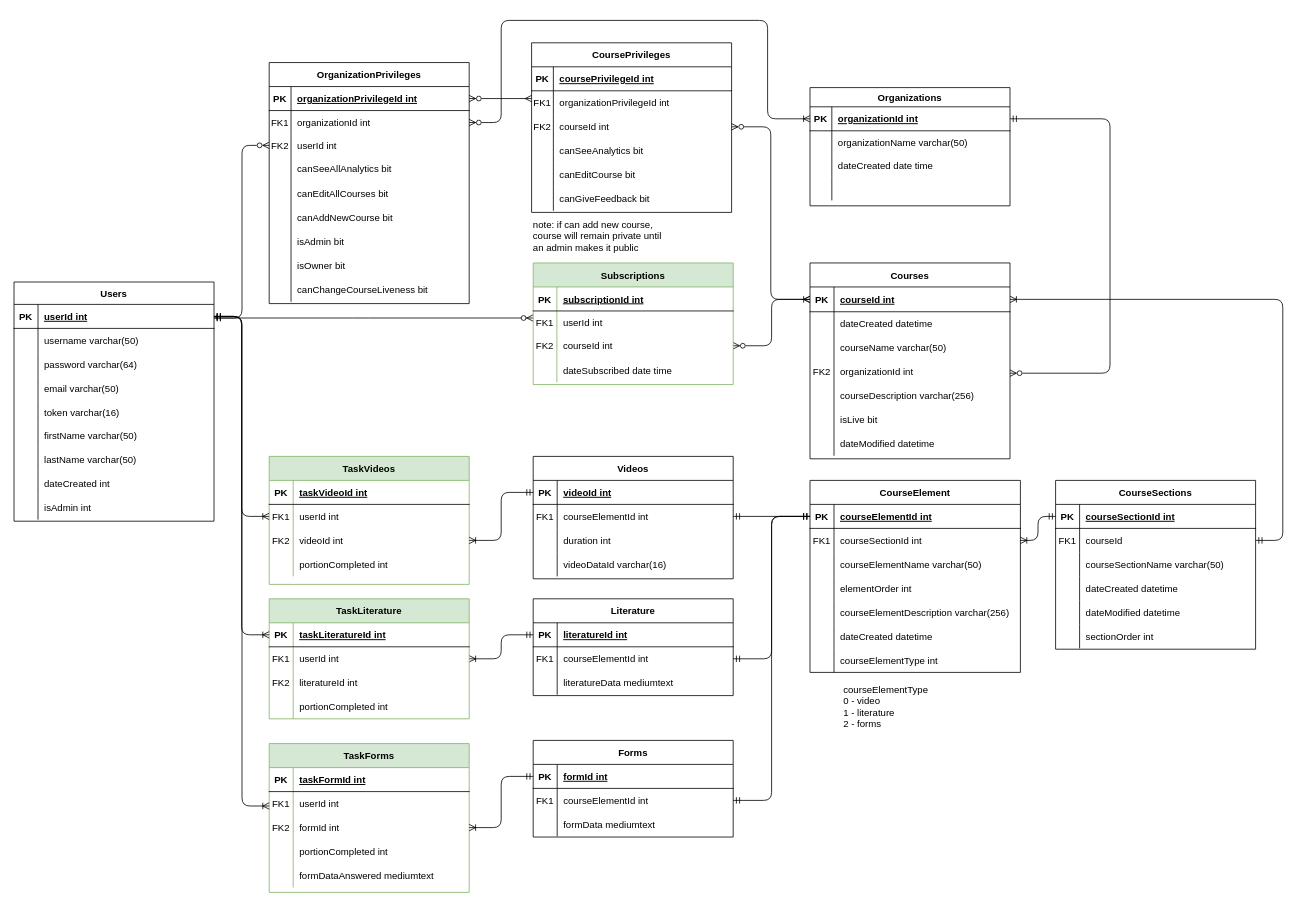
Chai112/MOOC keeps this draw.io diagram as docs/MOOC.drawio. Above is the earlier version. Source tidied: cells renumbered, new cells numbered last; positions are measured from the earlier drawing's top-left corner, leaving out a move shared by most shapes. Both pictures are drawn from the tidied source at 80%, with x=0, y=0 at pixel (14, 20).
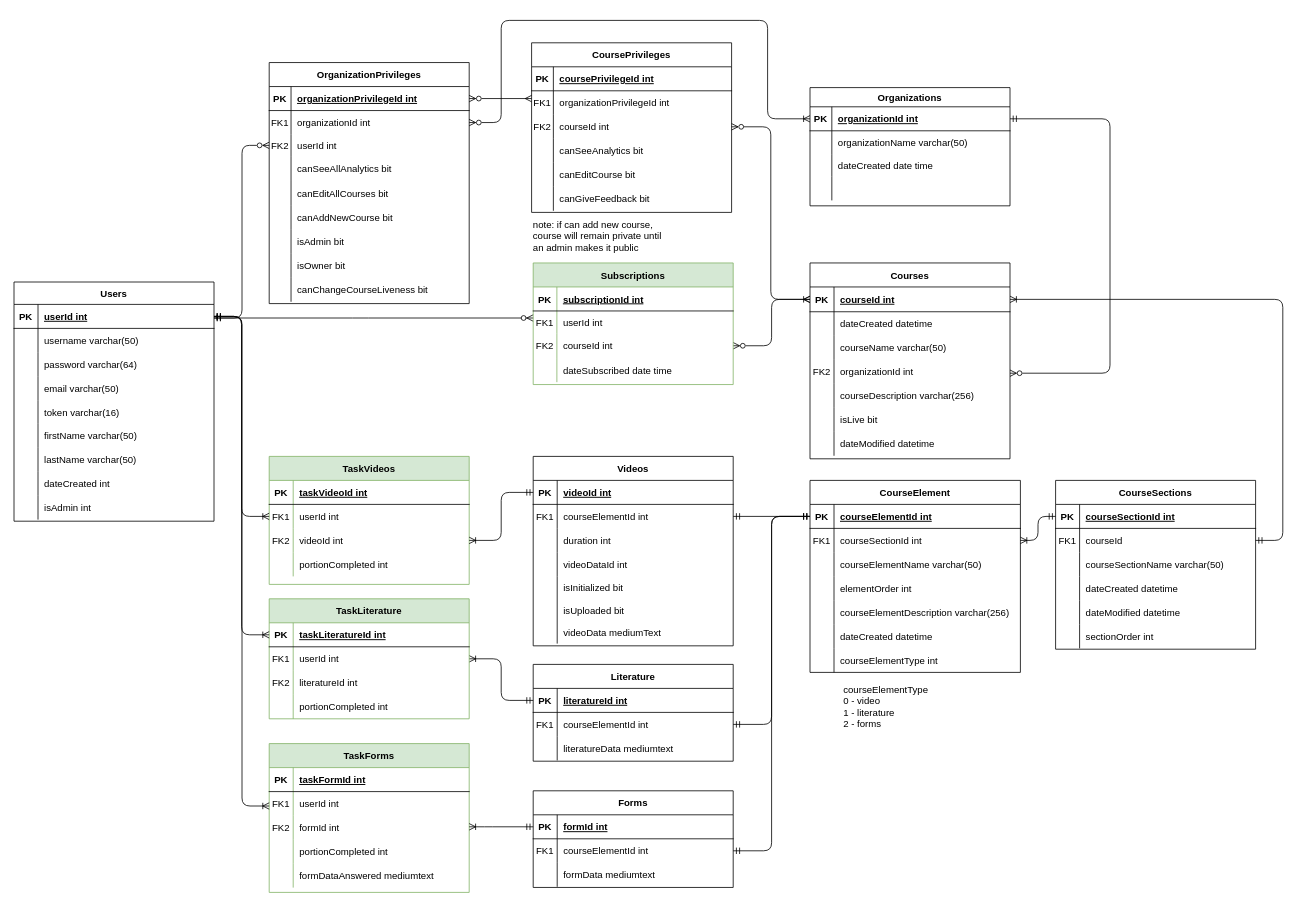
After the change.

The change refers to these unchanged cells:
```xml
<mxCell id="77" style="shape=partialRectangle;fillColor=none;top=0;left=0;right=0;bottom=0;" parent="67" vertex="1">
  <mxGeometry y="120" width="250" height="30" as="geometry" />
</mxCell>
<mxCell id="105" style="shape=partialRectangle;fillColor=none;points=[[0,0.5],[1,0.5]];portConstraint=eastwest;top=0;left=0;right=0;bottom=1;" parent="104" vertex="1">
  <mxGeometry y="30" width="250" height="30" as="geometry" />
</mxCell>
<mxCell id="137" style="shape=partialRectangle;fillColor=none;points=[[0,0.5],[1,0.5]];portConstraint=eastwest;top=0;left=0;right=0;bottom=0;" parent="130" vertex="1">
  <mxGeometry y="90" width="250" height="30" as="geometry" />
</mxCell>
```

The edit, as a diff of the source:
```diff
@@
     <mxCell id="67" value="Videos" style="shape=table;startSize=30;childLayout=tableLayout;rowLines=0;fontStyle=1;align=center;" parent="1" vertex="1">
-      <mxGeometry x="649" y="545" width="250" height="153" as="geometry" />
+      <mxGeometry x="649" y="545" width="250" height="236.8" as="geometry" />
     </mxCell>
@@
-    <mxCell id="79" value="videoDataId varchar(16)" style="shape=partialRectangle;overflow=hidden;fillColor=none;top=0;left=0;bottom=0;right=0;align=left;spacingLeft=6;" parent="77" vertex="1">
+    <mxCell id="79" value="videoDataId int" style="shape=partialRectangle;overflow=hidden;fillColor=none;top=0;left=0;bottom=0;right=0;align=left;spacingLeft=6;" parent="77" vertex="1">
       <mxGeometry x="30" width="220" height="30" as="geometry" />
     </mxCell>
+    <mxCell id="261" style="shape=partialRectangle;fillColor=none;top=0;left=0;right=0;bottom=0;" parent="67" vertex="1">
+      <mxGeometry y="150" width="250" height="27" as="geometry" />
+    </mxCell>
+    <mxCell id="262" style="shape=partialRectangle;overflow=hidden;fillColor=none;top=0;left=0;bottom=0;right=0;" parent="261" vertex="1">
+      <mxGeometry width="30" height="27" as="geometry" />
+    </mxCell>
+    <mxCell id="263" value="isInitialized bit" style="shape=partialRectangle;overflow=hidden;fillColor=none;top=0;left=0;bottom=0;right=0;align=left;spacingLeft=6;" parent="261" vertex="1">
+      <mxGeometry x="30" width="220" height="27" as="geometry" />
+    </mxCell>
+    <mxCell id="264" style="shape=partialRectangle;fillColor=none;top=0;left=0;right=0;bottom=0;" parent="67" vertex="1">
+      <mxGeometry y="177" width="250" height="30" as="geometry" />
+    </mxCell>
+    <mxCell id="265" style="shape=partialRectangle;overflow=hidden;fillColor=none;top=0;left=0;bottom=0;right=0;" parent="264" vertex="1">
+      <mxGeometry width="30" height="30" as="geometry" />
+    </mxCell>
+    <mxCell id="266" value="isUploaded bit" style="shape=partialRectangle;overflow=hidden;fillColor=none;top=0;left=0;bottom=0;right=0;align=left;spacingLeft=6;" parent="264" vertex="1">
+      <mxGeometry x="30" width="220" height="30" as="geometry" />
+    </mxCell>
+    <mxCell id="267" style="shape=partialRectangle;fillColor=none;top=0;left=0;right=0;bottom=0;" parent="67" vertex="1">
+      <mxGeometry y="207" width="250" height="27" as="geometry" />
+    </mxCell>
+    <mxCell id="268" style="shape=partialRectangle;overflow=hidden;fillColor=none;top=0;left=0;bottom=0;right=0;" parent="267" vertex="1">
+      <mxGeometry width="30" height="27" as="geometry" />
+    </mxCell>
+    <mxCell id="269" value="videoData mediumText" style="shape=partialRectangle;overflow=hidden;fillColor=none;top=0;left=0;bottom=0;right=0;align=left;spacingLeft=6;" parent="267" vertex="1">
+      <mxGeometry x="30" width="220" height="27" as="geometry" />
+    </mxCell>
@@
     <mxCell id="104" value="Forms" style="shape=table;startSize=30;childLayout=tableLayout;rowLines=0;fontStyle=1;align=center;" parent="1" vertex="1">
-      <mxGeometry x="649" y="900" width="250" height="120.8" as="geometry" />
+      <mxGeometry x="649" y="963" width="250" height="120.8" as="geometry" />
     </mxCell>
@@
     <mxCell id="146" style="edgeStyle=orthogonalEdgeStyle;rounded=1;jettySize=auto;html=1;startArrow=ERoneToMany;startFill=0;endArrow=ERmandOne;endFill=0;" parent="1" edge="1" source="137" target="105">
-      <mxGeometry relative="1" as="geometry" />
+      <mxGeometry relative="1" as="geometry">
+        <Array as="points">
+          <mxPoint x="588" y="1008" />
+          <mxPoint x="588" y="1008" />
+        </Array>
+      </mxGeometry>
     </mxCell>
@@
     <mxCell id="214" value="Literature" style="shape=table;startSize=30;childLayout=tableLayout;rowLines=0;fontStyle=1;align=center;" parent="1" vertex="1">
-      <mxGeometry x="649" y="723" width="250" height="121" as="geometry" />
+      <mxGeometry x="649" y="805" width="250" height="121" as="geometry" />
     </mxCell>
```
